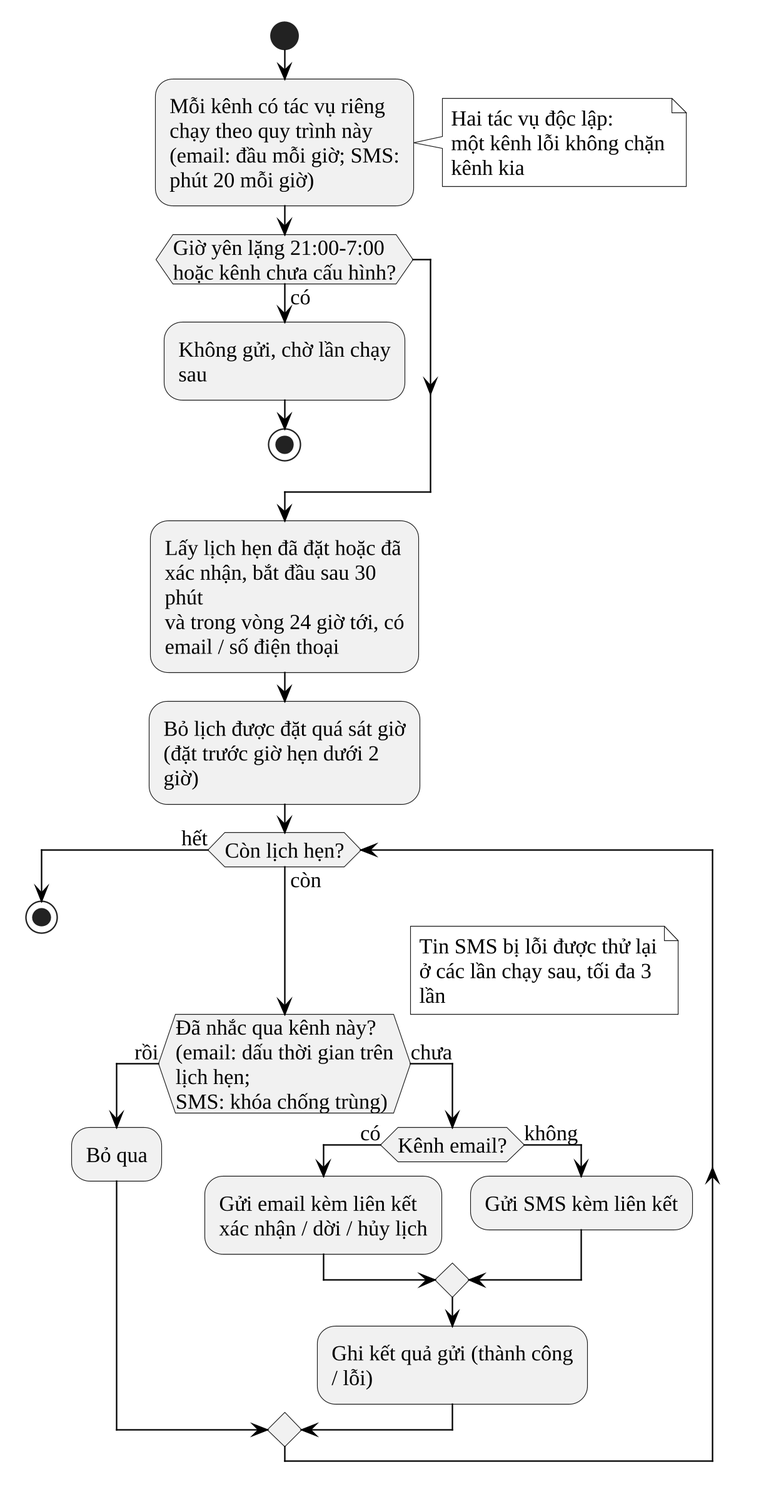
This is docs/10_Thesis/bao-cao/hinh/3-21-hoat-dong-nhac-lich.png from Trantuan0310/dental-clinic-nestjs-react, a PlantUML export, as it was before one commit.
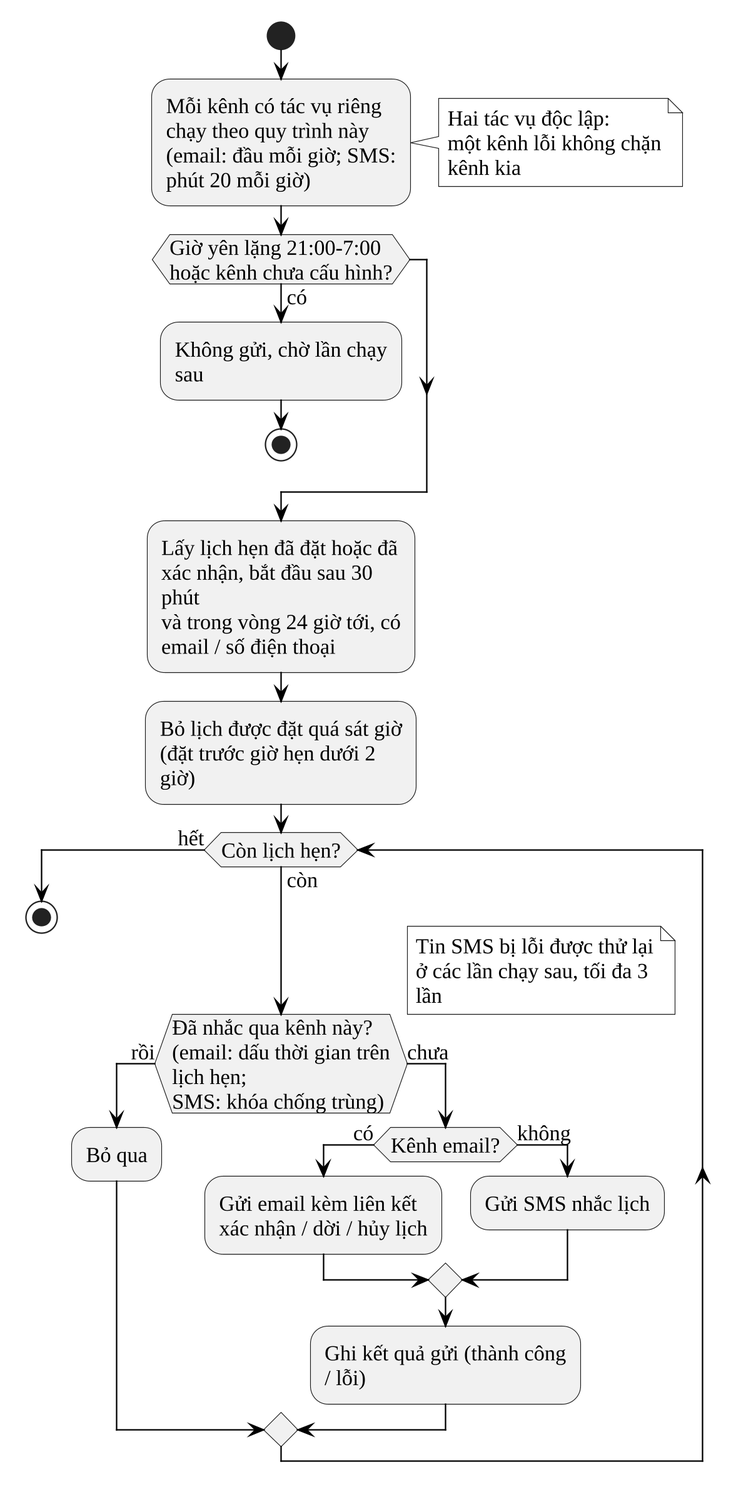
After the change.

Commit message:
Báo cáo: SMS nhắc lịch không kèm liên kết (đúng mã nguồn), tách đoạn 3.3.3

Claude-Session: https://claude.ai/code/session_01TBoubatqgAjjLj8yNYh2bv

Change to the diagram source:
```diff
@@ -19,7 +19,7 @@
     if (Kênh email?) then (có)
       :Gửi email kèm liên kết\nxác nhận / dời / hủy lịch;
     else (không)
-      :Gửi SMS kèm liên kết;
+      :Gửi SMS nhắc lịch;
     endif
     :Ghi kết quả gửi (thành công / lỗi);
   endif
```
